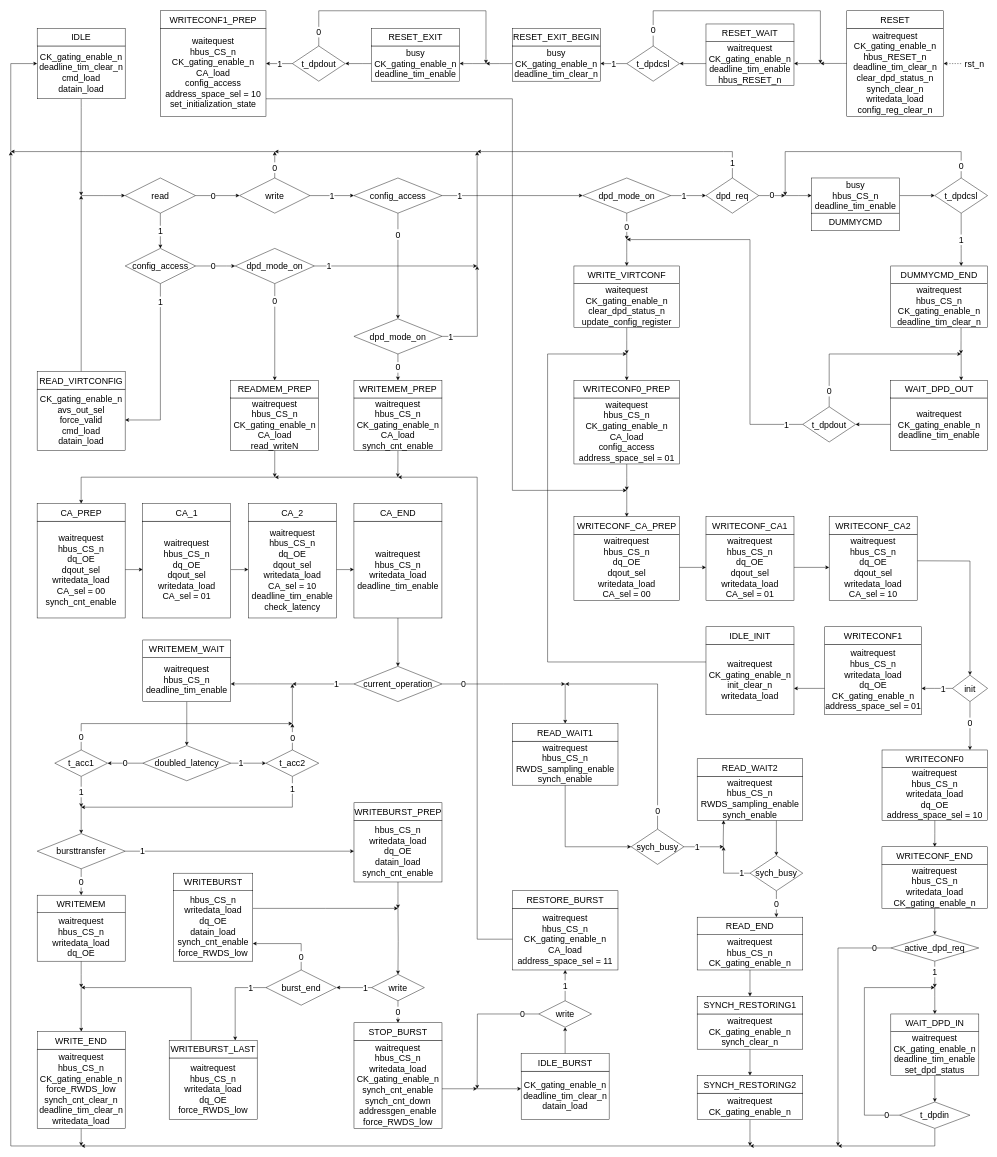
AndreaBononi/Intel_Cyclone10LP_systems keeps this draw.io diagram as page "FSM" (9 of 9) of hyperram_system/ip/avs_to_hram_converter/schematics/avs_to_hram_converter.drawio. Above is the earlier version. Source tidied: cells renumbered, new cells numbered last; positions are measured from the earlier drawing's top-left corner, leaving out a move shared by most shapes. Both pictures are drawn from the tidied source at 44%, with x=0, y=0 at pixel (11, 11).
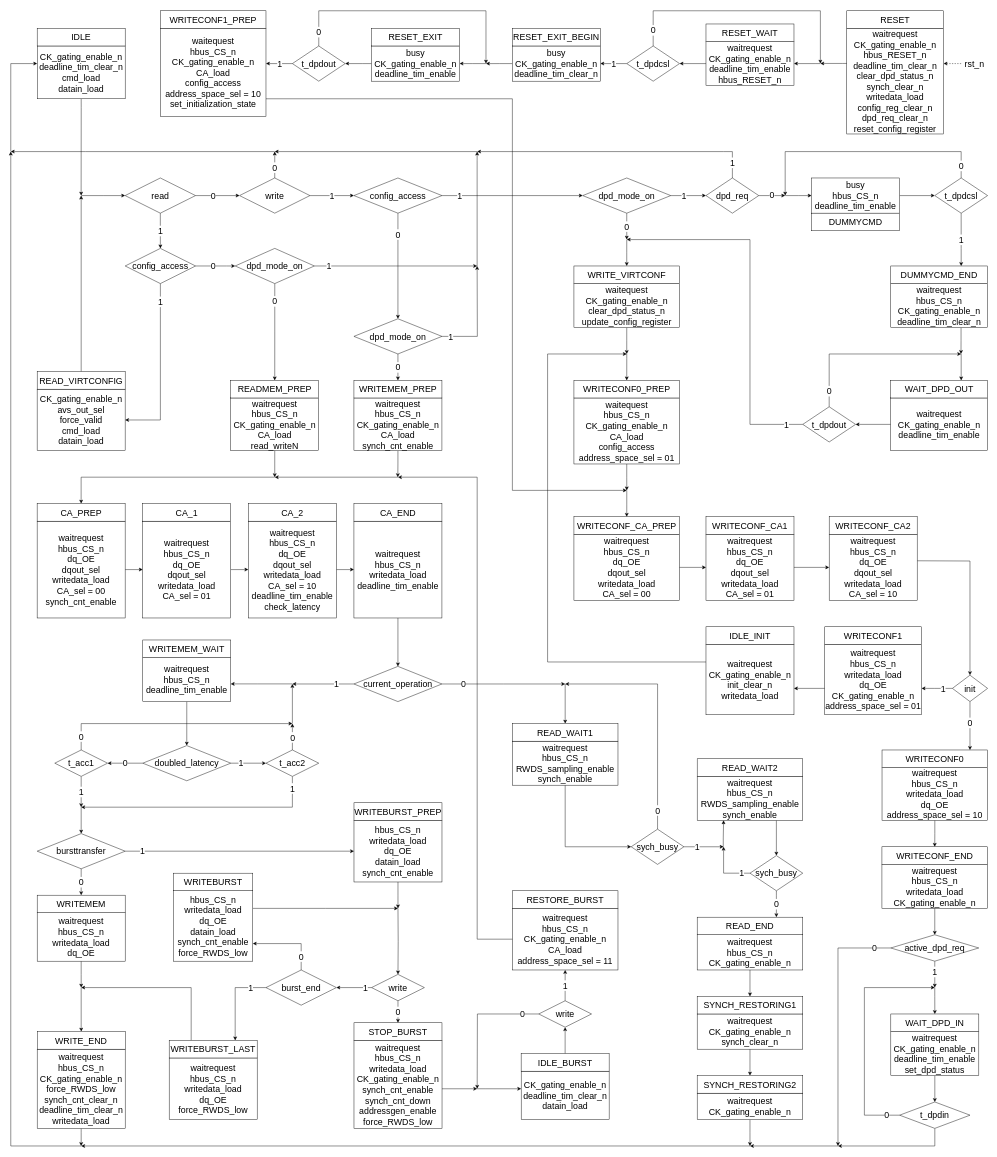
The same page after the edit.

The edit, as a diff of the source:
```diff
@@
-    <mxCell id="3" value="waitrequest&lt;div style=&quot;font-size: 20px;&quot;&gt;&lt;font style=&quot;font-size: 20px;&quot;&gt;CK_gating_enable_n&lt;/font&gt;&lt;/div&gt;&lt;div style=&quot;font-size: 20px;&quot;&gt;&lt;font style=&quot;font-size: 20px;&quot;&gt;hbus_RESET_n&lt;font style=&quot;font-size: 20px;&quot;&gt;&lt;br style=&quot;font-size: 20px;&quot;&gt;&lt;/font&gt;&lt;/font&gt;&lt;/div&gt;&lt;div style=&quot;font-size: 20px;&quot;&gt;&lt;font style=&quot;font-size: 20px;&quot;&gt;deadline_tim_clear_n&lt;/font&gt;&lt;/div&gt;&lt;div style=&quot;font-size: 20px;&quot;&gt;&lt;font style=&quot;font-size: 20px;&quot;&gt;clear_dpd_status_n&lt;br style=&quot;font-size: 20px;&quot;&gt;&lt;/font&gt;&lt;/div&gt;&lt;div style=&quot;font-size: 20px;&quot;&gt;&lt;font style=&quot;font-size: 20px;&quot;&gt;synch_clear_n&lt;br&gt;&lt;/font&gt;&lt;/div&gt;&lt;div style=&quot;font-size: 20px;&quot;&gt;writedata_load&lt;/div&gt;&lt;div style=&quot;font-size: 20px;&quot;&gt;config_reg_clear_n&lt;br&gt;&lt;/div&gt;" style="rounded=0;whiteSpace=wrap;html=1;fontSize=20;" parent="1" vertex="1">
-      <mxGeometry x="1900" y="40" width="220" height="200" as="geometry" />
+    <mxCell id="3" value="waitrequest&lt;div style=&quot;font-size: 20px;&quot;&gt;&lt;font style=&quot;font-size: 20px;&quot;&gt;CK_gating_enable_n&lt;/font&gt;&lt;/div&gt;&lt;div style=&quot;font-size: 20px;&quot;&gt;&lt;font style=&quot;font-size: 20px;&quot;&gt;hbus_RESET_n&lt;font style=&quot;font-size: 20px;&quot;&gt;&lt;br style=&quot;font-size: 20px;&quot;&gt;&lt;/font&gt;&lt;/font&gt;&lt;/div&gt;&lt;div style=&quot;font-size: 20px;&quot;&gt;&lt;font style=&quot;font-size: 20px;&quot;&gt;deadline_tim_clear_n&lt;/font&gt;&lt;/div&gt;&lt;div style=&quot;font-size: 20px;&quot;&gt;&lt;font style=&quot;font-size: 20px;&quot;&gt;clear_dpd_status_n&lt;br style=&quot;font-size: 20px;&quot;&gt;&lt;/font&gt;&lt;/div&gt;&lt;div style=&quot;font-size: 20px;&quot;&gt;&lt;font style=&quot;font-size: 20px;&quot;&gt;synch_clear_n&lt;br&gt;&lt;/font&gt;&lt;/div&gt;&lt;div style=&quot;font-size: 20px;&quot;&gt;writedata_load&lt;/div&gt;&lt;div style=&quot;font-size: 20px;&quot;&gt;config_reg_clear_n&lt;br&gt;&lt;/div&gt;&lt;div&gt;dpd_req_clear_n&lt;br&gt;&lt;/div&gt;&lt;div&gt;reset_config_register&lt;br&gt;&lt;/div&gt;" style="rounded=0;whiteSpace=wrap;html=1;fontSize=20;" parent="1" vertex="1">
+      <mxGeometry x="1900" y="40" width="220" height="240" as="geometry" />
     </mxCell>
```
